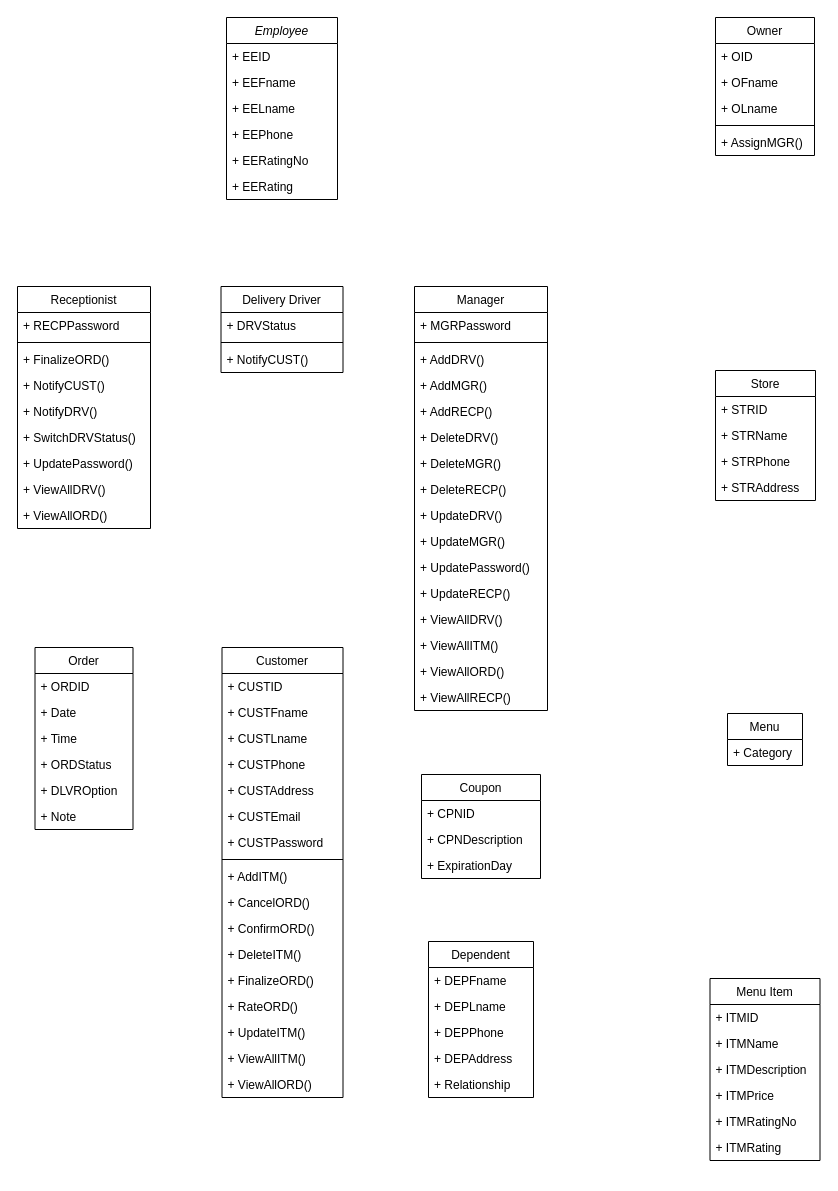
hqiao8/Restaurant-Management-System keeps this draw.io diagram as Class Diagram.drawio. Above is the earlier version. Source tidied: cells renumbered, new cells numbered last; positions are measured from the earlier drawing's top-left corner, leaving out a move shared by most shapes. Both pictures are drawn from the tidied source at 100%, with x=0, y=0 at pixel (17, 17).
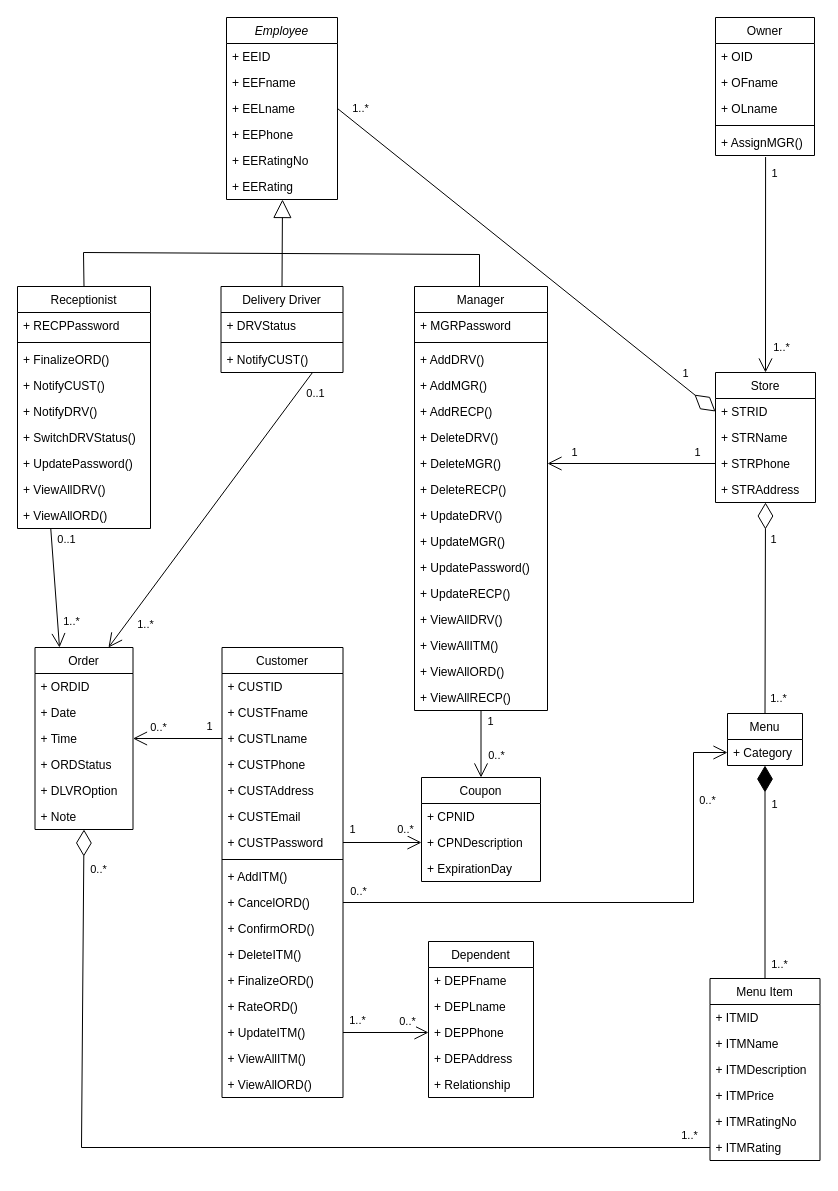
The same diagram, later.

Commit message:
Add Relationship with Multiplicity and Complete Class Diagram

The change refers to these unchanged cells:
```xml
<mxCell id="2" value="Receptionist" style="swimlane;fontStyle=0;align=center;verticalAlign=top;horizontal=1;startSize=26;" parent="1" vertex="1">
  <mxGeometry y="269" width="133" height="242" as="geometry" />
</mxCell>
<mxCell id="12" value="Employee" style="swimlane;fontStyle=2;horizontal=1;startSize=26;fillColor=none;" parent="1" vertex="1">
  <mxGeometry x="209" width="111" height="182" as="geometry" />
</mxCell>
<mxCell id="19" value="Delivery Driver" style="swimlane;fontStyle=0;align=center;verticalAlign=top;horizontal=1;startSize=26;" parent="1" vertex="1">
  <mxGeometry x="203.5" y="269" width="122" height="86" as="geometry" />
</mxCell>
<mxCell id="23" value="Manager" style="swimlane;fontStyle=0;align=center;verticalAlign=top;horizontal=1;startSize=26;" parent="1" vertex="1">
  <mxGeometry x="397" y="269" width="133" height="424" as="geometry" />
</mxCell>
<mxCell id="30" value="+ DeleteMGR()" style="text;strokeColor=none;fillColor=none;align=left;verticalAlign=top;spacingLeft=4;spacingRight=4;overflow=hidden;points=[[0,0.5],[1,0.5]];portConstraint=eastwest;" parent="23" vertex="1">
  <mxGeometry y="164" width="133" height="26" as="geometry" />
</mxCell>
<mxCell id="45" value="+ AssignMGR()" style="text;strokeColor=none;fillColor=none;align=left;verticalAlign=top;spacingLeft=4;spacingRight=4;overflow=hidden;points=[[0,0.5],[1,0.5]];portConstraint=eastwest;" parent="40" vertex="1">
  <mxGeometry y="112" width="99" height="26" as="geometry" />
</mxCell>
<mxCell id="47" value="+ STRID" style="text;strokeColor=none;fillColor=none;align=left;verticalAlign=top;spacingLeft=4;spacingRight=4;overflow=hidden;points=[[0,0.5],[1,0.5]];portConstraint=eastwest;" parent="46" vertex="1">
  <mxGeometry y="26" width="100" height="26" as="geometry" />
</mxCell>
<mxCell id="49" value="+ STRPhone" style="text;strokeColor=none;fillColor=none;align=left;verticalAlign=top;spacingLeft=4;spacingRight=4;overflow=hidden;points=[[0,0.5],[1,0.5]];portConstraint=eastwest;" parent="46" vertex="1">
  <mxGeometry y="78" width="100" height="26" as="geometry" />
</mxCell>
<mxCell id="51" value="Menu" style="swimlane;fontStyle=0;horizontal=1;startSize=26;fillColor=none;" parent="1" vertex="1">
  <mxGeometry x="710" y="696" width="75" height="52" as="geometry" />
</mxCell>
<mxCell id="52" value="+ Category" style="text;strokeColor=none;fillColor=none;align=left;verticalAlign=top;spacingLeft=4;spacingRight=4;overflow=hidden;points=[[0,0.5],[1,0.5]];portConstraint=eastwest;" parent="51" vertex="1">
  <mxGeometry y="26" width="75" height="26" as="geometry" />
</mxCell>
<mxCell id="53" value="Menu Item" style="swimlane;fontStyle=0;horizontal=1;startSize=26;fillColor=none;" parent="1" vertex="1">
  <mxGeometry x="692.5" y="961" width="110" height="182" as="geometry" />
</mxCell>
<mxCell id="59" value="+ ITMRating" style="text;strokeColor=none;fillColor=none;align=left;verticalAlign=top;spacingLeft=4;spacingRight=4;overflow=hidden;points=[[0,0.5],[1,0.5]];portConstraint=eastwest;" parent="53" vertex="1">
  <mxGeometry y="156" width="110" height="26" as="geometry" />
</mxCell>
<mxCell id="62" value="+ CPNDescription" style="text;strokeColor=none;fillColor=none;align=left;verticalAlign=top;spacingLeft=4;spacingRight=4;overflow=hidden;points=[[0,0.5],[1,0.5]];portConstraint=eastwest;" parent="60" vertex="1">
  <mxGeometry y="52" width="119" height="26" as="geometry" />
</mxCell>
<mxCell id="67" value="+ CUSTLname" style="text;strokeColor=none;fillColor=none;align=left;verticalAlign=top;spacingLeft=4;spacingRight=4;overflow=hidden;points=[[0,0.5],[1,0.5]];portConstraint=eastwest;" parent="64" vertex="1">
  <mxGeometry y="78" width="121" height="26" as="geometry" />
</mxCell>
<mxCell id="71" value="+ CUSTPassword" style="text;strokeColor=none;fillColor=none;align=left;verticalAlign=top;spacingLeft=4;spacingRight=4;overflow=hidden;points=[[0,0.5],[1,0.5]];portConstraint=eastwest;" parent="64" vertex="1">
  <mxGeometry y="182" width="121" height="26" as="geometry" />
</mxCell>
<mxCell id="74" value="+ CancelORD()" style="text;strokeColor=none;fillColor=none;align=left;verticalAlign=top;spacingLeft=4;spacingRight=4;overflow=hidden;points=[[0,0.5],[1,0.5]];portConstraint=eastwest;" parent="64" vertex="1">
  <mxGeometry y="242" width="121" height="26" as="geometry" />
</mxCell>
<mxCell id="79" value="+ UpdateITM()" style="text;strokeColor=none;fillColor=none;align=left;verticalAlign=top;spacingLeft=4;spacingRight=4;overflow=hidden;points=[[0,0.5],[1,0.5]];portConstraint=eastwest;" parent="64" vertex="1">
  <mxGeometry y="372" width="121" height="26" as="geometry" />
</mxCell>
<mxCell id="85" value="+ DEPPhone" style="text;strokeColor=none;fillColor=none;align=left;verticalAlign=top;spacingLeft=4;spacingRight=4;overflow=hidden;points=[[0,0.5],[1,0.5]];portConstraint=eastwest;" parent="82" vertex="1">
  <mxGeometry y="78" width="105" height="26" as="geometry" />
</mxCell>
<mxCell id="88" value="Order" style="swimlane;fontStyle=0;horizontal=1;startSize=26;fillColor=none;" parent="1" vertex="1">
  <mxGeometry x="17.5" y="630" width="98" height="182" as="geometry" />
</mxCell>
<mxCell id="91" value="+ Time" style="text;strokeColor=none;fillColor=none;align=left;verticalAlign=top;spacingLeft=4;spacingRight=4;overflow=hidden;points=[[0,0.5],[1,0.5]];portConstraint=eastwest;" parent="88" vertex="1">
  <mxGeometry y="78" width="98" height="26" as="geometry" />
</mxCell>
```

What changed in the source:
```diff
@@
     <mxCell id="46" value="Store" style="swimlane;fontStyle=0;horizontal=1;startSize=26;fillColor=none;" parent="1" vertex="1">
-      <mxGeometry x="698" y="353" width="100" height="130" as="geometry" />
+      <mxGeometry x="698" y="355" width="100" height="130" as="geometry" />
     </mxCell>
@@
     <mxCell id="60" value="Coupon" style="swimlane;fontStyle=0;horizontal=1;startSize=26;fillColor=none;" parent="1" vertex="1">
-      <mxGeometry x="404" y="757" width="119" height="104" as="geometry" />
+      <mxGeometry x="404" y="760" width="119" height="104" as="geometry" />
     </mxCell>
@@
+    <mxCell id="95" style="endArrow=block;endSize=16;endFill=0;html=1;rounded=0;exitX=0.5;exitY=0;exitDx=0;exitDy=0;" parent="1" edge="1" source="19">
+      <mxGeometry relative="1" as="geometry">
+        <mxPoint x="265" y="182" as="targetPoint" />
+      </mxGeometry>
+    </mxCell>
+    <mxCell id="96" style="endArrow=none;html=1;rounded=0;exitX=0.5;exitY=0;exitDx=0;exitDy=0;" parent="1" edge="1" source="2">
+      <mxGeometry relative="1" as="geometry">
+        <mxPoint x="462" y="269" as="targetPoint" />
+        <Array as="points">
+          <mxPoint x="66" y="235" />
+          <mxPoint x="462" y="237" />
+        </Array>
+      </mxGeometry>
+    </mxCell>
+    <mxCell id="97" style="endArrow=open;endFill=1;endSize=12;html=1;rounded=0;exitX=0.506;exitY=1.06;exitDx=0;exitDy=0;exitPerimeter=0;entryX=0.5;entryY=0;entryDx=0;entryDy=0;" parent="1" edge="1" source="45" target="46">
+      <mxGeometry relative="1" as="geometry" />
+    </mxCell>
+    <mxCell id="98" value="1" style="edgeLabel;html=1;align=center;verticalAlign=middle;" parent="97" vertex="1">
+      <mxGeometry x="-0.84" y="1" relative="1" as="geometry">
+        <mxPoint x="7" y="-1" as="offset" />
+      </mxGeometry>
+    </mxCell>
+    <mxCell id="99" value="1..*" style="edgeLabel;html=1;align=center;verticalAlign=middle;" parent="97" vertex="1">
+      <mxGeometry x="0.79" y="2" relative="1" as="geometry">
+        <mxPoint x="13" y="-3" as="offset" />
+      </mxGeometry>
+    </mxCell>
+    <mxCell id="100" style="endArrow=diamondThin;endFill=0;endSize=24;html=1;rounded=0;entryX=0.5;entryY=1;entryDx=0;entryDy=0;exitX=0.5;exitY=0;exitDx=0;exitDy=0;" parent="1" edge="1" source="51" target="46">
+      <mxGeometry relative="1" as="geometry" />
+    </mxCell>
+    <mxCell id="101" value="1" style="edgeLabel;html=1;align=center;verticalAlign=middle;" parent="100" vertex="1">
+      <mxGeometry x="0.66" relative="1" as="geometry">
+        <mxPoint x="8" as="offset" />
+      </mxGeometry>
+    </mxCell>
+    <mxCell id="102" value="1..*" style="edgeLabel;html=1;align=center;verticalAlign=middle;" parent="100" vertex="1">
+      <mxGeometry x="-0.85" relative="1" as="geometry">
+        <mxPoint x="13" as="offset" />
+      </mxGeometry>
+    </mxCell>
+    <mxCell id="103" style="endArrow=diamondThin;endFill=1;endSize=24;html=1;rounded=0;exitX=0.5;exitY=0;exitDx=0;exitDy=0;entryX=0.5;entryY=1;entryDx=0;entryDy=0;" parent="1" edge="1" source="53" target="51">
+      <mxGeometry relative="1" as="geometry" />
+    </mxCell>
+    <mxCell id="104" value="1" style="edgeLabel;html=1;align=center;verticalAlign=middle;" parent="103" vertex="1">
+      <mxGeometry x="0.65" relative="1" as="geometry">
+        <mxPoint x="9" y="1" as="offset" />
+      </mxGeometry>
+    </mxCell>
+    <mxCell id="105" value="1..*" style="edgeLabel;html=1;align=center;verticalAlign=middle;" parent="103" vertex="1">
+      <mxGeometry x="-0.86" relative="1" as="geometry">
+        <mxPoint x="14" as="offset" />
+      </mxGeometry>
+    </mxCell>
+    <mxCell id="106" style="endArrow=diamondThin;endFill=0;endSize=24;html=1;rounded=0;entryX=0.5;entryY=1;entryDx=0;entryDy=0;exitX=0;exitY=0.5;exitDx=0;exitDy=0;" parent="1" edge="1" source="59" target="88">
+      <mxGeometry relative="1" as="geometry">
+        <Array as="points">
+          <mxPoint x="64" y="1130" />
+        </Array>
+      </mxGeometry>
+    </mxCell>
+    <mxCell id="107" value="0..*" style="edgeLabel;html=1;align=center;verticalAlign=middle;" parent="106" vertex="1">
+      <mxGeometry x="0.92" y="-2" relative="1" as="geometry">
+        <mxPoint x="12" y="2" as="offset" />
+      </mxGeometry>
+    </mxCell>
+    <mxCell id="108" value="1..*" style="edgeLabel;html=1;align=center;verticalAlign=middle;" parent="106" vertex="1">
+      <mxGeometry x="-0.96" y="-2" relative="1" as="geometry">
+        <mxPoint x="-2" y="-11" as="offset" />
+      </mxGeometry>
+    </mxCell>
+    <mxCell id="109" style="endArrow=diamondThin;endFill=0;endSize=24;html=1;rounded=0;exitX=1;exitY=0.5;exitDx=0;exitDy=0;entryX=0;entryY=0.5;entryDx=0;entryDy=0;" parent="1" edge="1" source="12" target="47">
+      <mxGeometry relative="1" as="geometry" />
+    </mxCell>
+    <mxCell id="110" value="1" style="edgeLabel;html=1;align=center;verticalAlign=middle;" parent="109" vertex="1">
+      <mxGeometry x="0.8" relative="1" as="geometry">
+        <mxPoint x="7" y="-8" as="offset" />
+      </mxGeometry>
+    </mxCell>
+    <mxCell id="111" value="1..*" style="edgeLabel;html=1;align=center;verticalAlign=middle;" parent="109" vertex="1">
+      <mxGeometry x="-0.91" y="1" relative="1" as="geometry">
+        <mxPoint x="5" y="-13" as="offset" />
+      </mxGeometry>
+    </mxCell>
+    <mxCell id="112" style="endArrow=open;endFill=1;endSize=12;html=1;rounded=0;exitX=0;exitY=0.5;exitDx=0;exitDy=0;entryX=1;entryY=0.5;entryDx=0;entryDy=0;" parent="1" edge="1" source="49" target="30">
+      <mxGeometry relative="1" as="geometry" />
+    </mxCell>
+    <mxCell id="113" value="1" style="edgeLabel;html=1;align=center;verticalAlign=middle;" parent="112" vertex="1">
+      <mxGeometry x="-0.74" y="-1" relative="1" as="geometry">
+        <mxPoint x="3" y="-11" as="offset" />
+      </mxGeometry>
+    </mxCell>
+    <mxCell id="114" value="1" style="edgeLabel;html=1;align=center;verticalAlign=middle;" parent="112" vertex="1">
+      <mxGeometry x="0.52" y="-1" relative="1" as="geometry">
+        <mxPoint x="-14" y="-11" as="offset" />
+      </mxGeometry>
+    </mxCell>
+    <mxCell id="115" style="endArrow=open;endFill=1;endSize=12;html=1;rounded=0;entryX=0.25;entryY=0;entryDx=0;entryDy=0;exitX=0.25;exitY=1;exitDx=0;exitDy=0;" parent="1" edge="1" source="2" target="88">
+      <mxGeometry relative="1" as="geometry" />
+    </mxCell>
+    <mxCell id="116" value="0..1" style="edgeLabel;html=1;align=center;verticalAlign=middle;" parent="115" vertex="1">
+      <mxGeometry x="-0.86" relative="1" as="geometry">
+        <mxPoint x="15" y="3" as="offset" />
+      </mxGeometry>
+    </mxCell>
+    <mxCell id="117" value="1..*" style="edgeLabel;html=1;align=center;verticalAlign=middle;" parent="115" vertex="1">
+      <mxGeometry x="0.62" y="2" relative="1" as="geometry">
+        <mxPoint x="11" y="-4" as="offset" />
+      </mxGeometry>
+    </mxCell>
+    <mxCell id="118" style="endArrow=open;endFill=1;endSize=12;html=1;rounded=0;exitX=0.75;exitY=1;exitDx=0;exitDy=0;entryX=0.75;entryY=0;entryDx=0;entryDy=0;" parent="1" edge="1" source="19" target="88">
+      <mxGeometry relative="1" as="geometry" />
+    </mxCell>
+    <mxCell id="119" value="0..1" style="edgeLabel;html=1;align=center;verticalAlign=middle;" parent="118" vertex="1">
+      <mxGeometry x="-0.85" y="-1" relative="1" as="geometry">
+        <mxPoint x="19" as="offset" />
+      </mxGeometry>
+    </mxCell>
+    <mxCell id="120" value="1..*" style="edgeLabel;html=1;align=center;verticalAlign=middle;" parent="118" vertex="1">
+      <mxGeometry x="0.84" y="-2" relative="1" as="geometry">
+        <mxPoint x="22" as="offset" />
+      </mxGeometry>
+    </mxCell>
+    <mxCell id="121" style="endArrow=open;endFill=1;endSize=12;html=1;rounded=0;entryX=0.5;entryY=0;entryDx=0;entryDy=0;exitX=0.5;exitY=1;exitDx=0;exitDy=0;" parent="1" edge="1" source="23" target="60">
+      <mxGeometry relative="1" as="geometry" />
+    </mxCell>
+    <mxCell id="122" value="0..*" style="edgeLabel;html=1;align=center;verticalAlign=middle;" parent="121" vertex="1">
+      <mxGeometry x="0.41" y="1" relative="1" as="geometry">
+        <mxPoint x="14" y="-3" as="offset" />
+      </mxGeometry>
+    </mxCell>
+    <mxCell id="123" value="1" style="edgeLabel;html=1;align=center;verticalAlign=middle;" parent="121" vertex="1">
+      <mxGeometry x="-0.79" relative="1" as="geometry">
+        <mxPoint x="9" y="3" as="offset" />
+      </mxGeometry>
+    </mxCell>
+    <mxCell id="124" style="endArrow=open;endFill=1;endSize=12;html=1;rounded=0;exitX=1;exitY=0.5;exitDx=0;exitDy=0;entryX=0;entryY=0.5;entryDx=0;entryDy=0;" parent="1" edge="1" source="71" target="62">
+      <mxGeometry relative="1" as="geometry" />
+    </mxCell>
+    <mxCell id="125" value="1" style="edgeLabel;html=1;align=center;verticalAlign=middle;" parent="124" vertex="1">
+      <mxGeometry x="-0.67" y="1" relative="1" as="geometry">
+        <mxPoint x="-4" y="-13" as="offset" />
+      </mxGeometry>
+    </mxCell>
+    <mxCell id="126" value="0..*" style="edgeLabel;html=1;align=center;verticalAlign=middle;" parent="124" vertex="1">
+      <mxGeometry x="0.59" y="1" relative="1" as="geometry">
+        <mxPoint y="-13" as="offset" />
+      </mxGeometry>
+    </mxCell>
+    <mxCell id="127" style="endArrow=open;endFill=1;endSize=12;html=1;rounded=0;exitX=1;exitY=0.5;exitDx=0;exitDy=0;entryX=0;entryY=0.5;entryDx=0;entryDy=0;" parent="1" edge="1" source="74" target="52">
+      <mxGeometry relative="1" as="geometry">
+        <Array as="points">
+          <mxPoint x="676" y="885" />
+          <mxPoint x="676" y="735" />
+        </Array>
+      </mxGeometry>
+    </mxCell>
+    <mxCell id="128" value="0..*" style="edgeLabel;html=1;align=center;verticalAlign=middle;" parent="127" vertex="1">
+      <mxGeometry x="0.72" y="-1" relative="1" as="geometry">
+        <mxPoint x="12" y="7" as="offset" />
+      </mxGeometry>
+    </mxCell>
+    <mxCell id="129" value="0..*" style="edgeLabel;html=1;align=center;verticalAlign=middle;" parent="127" vertex="1">
+      <mxGeometry x="-0.95" y="1" relative="1" as="geometry">
+        <mxPoint x="2" y="-11" as="offset" />
+      </mxGeometry>
+    </mxCell>
+    <mxCell id="130" style="endArrow=open;endFill=1;endSize=12;html=1;rounded=0;entryX=0;entryY=0.5;entryDx=0;entryDy=0;exitX=1;exitY=0.5;exitDx=0;exitDy=0;" parent="1" edge="1" source="79" target="85">
+      <mxGeometry relative="1" as="geometry" />
+    </mxCell>
+    <mxCell id="131" value="1..*" style="edgeLabel;html=1;align=center;verticalAlign=middle;" parent="130" vertex="1">
+      <mxGeometry x="-0.59" relative="1" as="geometry">
+        <mxPoint x="-4" y="-13" as="offset" />
+      </mxGeometry>
+    </mxCell>
+    <mxCell id="132" value="0..*" style="edgeLabel;html=1;align=center;verticalAlign=middle;" parent="130" vertex="1">
+      <mxGeometry x="0.51" relative="1" as="geometry">
+        <mxPoint x="-1" y="-12" as="offset" />
+      </mxGeometry>
+    </mxCell>
+    <mxCell id="133" style="endArrow=open;endFill=1;endSize=12;html=1;rounded=0;entryX=1;entryY=0.5;entryDx=0;entryDy=0;exitX=0;exitY=0.5;exitDx=0;exitDy=0;" parent="1" edge="1" source="67" target="91">
+      <mxGeometry relative="1" as="geometry" />
+    </mxCell>
+    <mxCell id="134" value="1" style="edgeLabel;html=1;align=center;verticalAlign=middle;" parent="133" vertex="1">
+      <mxGeometry x="-0.57" y="-2" relative="1" as="geometry">
+        <mxPoint x="6" y="-11" as="offset" />
+      </mxGeometry>
+    </mxCell>
+    <mxCell id="135" value="0..*" style="edgeLabel;html=1;align=center;verticalAlign=middle;" parent="133" vertex="1">
+      <mxGeometry x="0.54" y="-1" relative="1" as="geometry">
+        <mxPoint x="5" y="-11" as="offset" />
+      </mxGeometry>
+    </mxCell>
```
